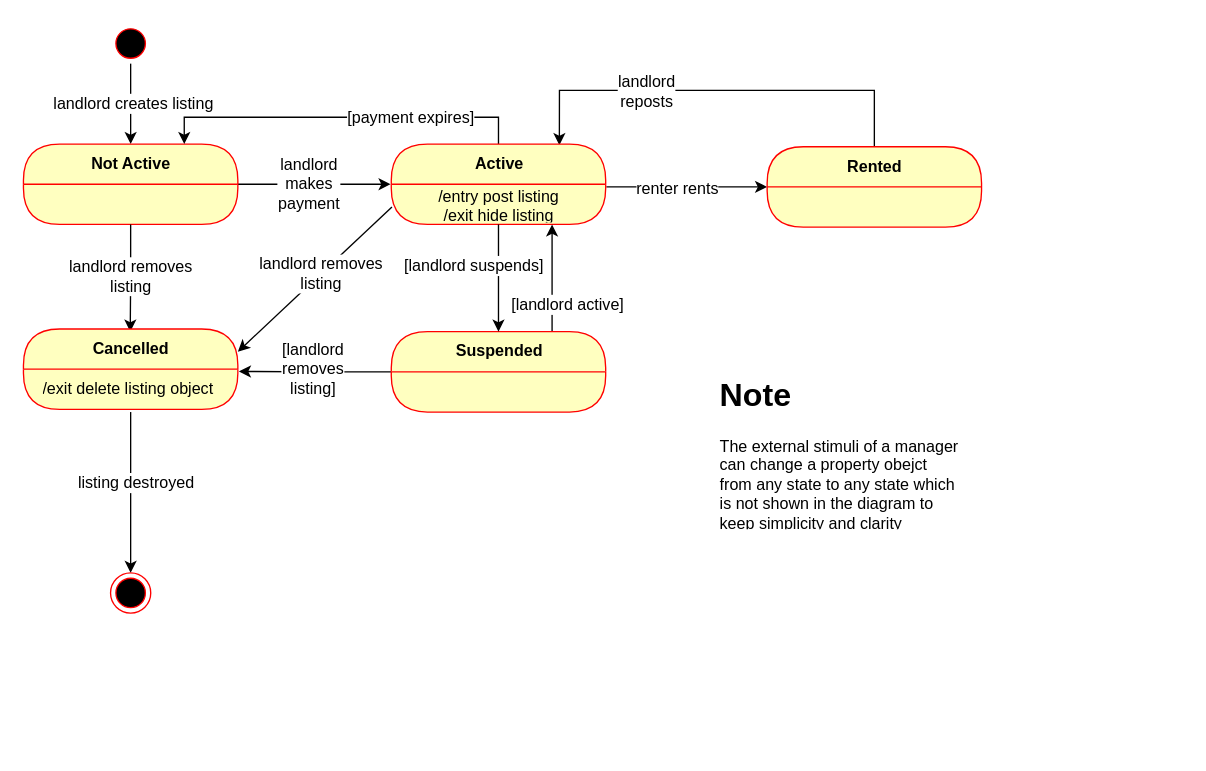
The draw.io diagram StateTransitionDiagram.drawio in ryan-holt/ENSF480FinalProject, before the edit. Source tidied: cells renumbered, new cells numbered last; positions are measured from the earlier drawing's top-left corner, leaving out a move shared by most shapes. Both pictures are drawn from the tidied source at 134%, with x=0, y=0 at pixel (23, 23).
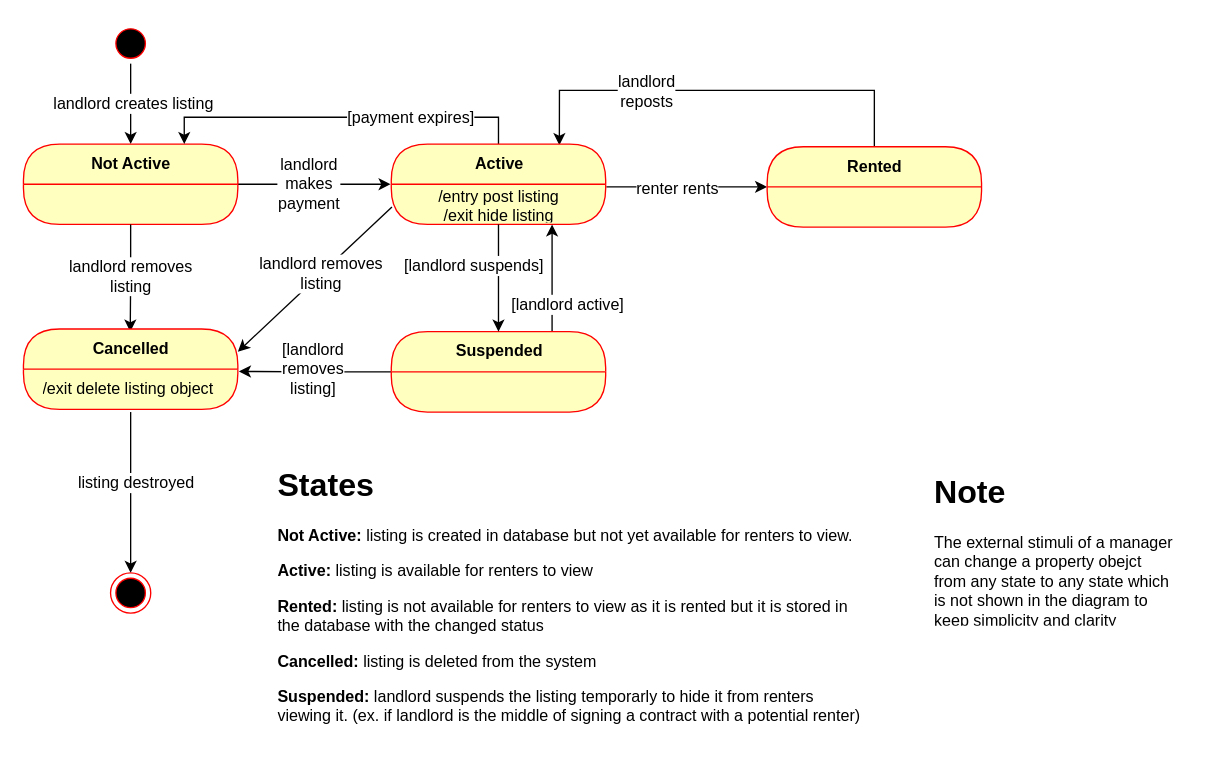
After the change.

Commit message:
added state descriptions

What changed in the source:
```diff
@@
     <mxCell id="22" value="&lt;h1&gt;Note&lt;/h1&gt;&lt;p&gt;The external stimuli of a manager can change a property obejct from any state to any state which is not shown in the diagram to keep simplicity and clarity&lt;/p&gt;" style="text;html=1;strokeColor=none;fillColor=none;spacing=5;spacingTop=-20;whiteSpace=wrap;overflow=hidden;rounded=0;" parent="1" vertex="1">
-      <mxGeometry x="515" y="258" width="190" height="120" as="geometry" />
+      <mxGeometry x="675" y="330" width="190" height="120" as="geometry" />
     </mxCell>
+    <mxCell id="39" value="&lt;h1&gt;States&lt;/h1&gt;&lt;p&gt;&lt;b&gt;Not Active:&lt;/b&gt; listing is created in database but not yet available for renters to view.&lt;/p&gt;&lt;p&gt;&lt;b&gt;Active:&lt;/b&gt;&amp;nbsp;listing is available for renters to view&lt;/p&gt;&lt;p&gt;&lt;b&gt;Rented:&lt;/b&gt;&amp;nbsp;listing is not available for renters to view as it is rented but it is stored in the database with the changed status&lt;/p&gt;&lt;p&gt;&lt;b&gt;Cancelled:&lt;/b&gt;&amp;nbsp;listing is deleted from the system&lt;/p&gt;&lt;p&gt;&lt;b&gt;Suspended:&lt;/b&gt;&amp;nbsp;landlord suspends the listing temporarly to hide it from renters viewing it. (ex. if landlord is the middle of signing a contract with a potential renter)&lt;/p&gt;" style="text;html=1;strokeColor=none;fillColor=none;spacing=5;spacingTop=-20;whiteSpace=wrap;overflow=hidden;rounded=0;" parent="1" vertex="1">
+      <mxGeometry x="185" y="325" width="450" height="215" as="geometry" />
+    </mxCell>
```
